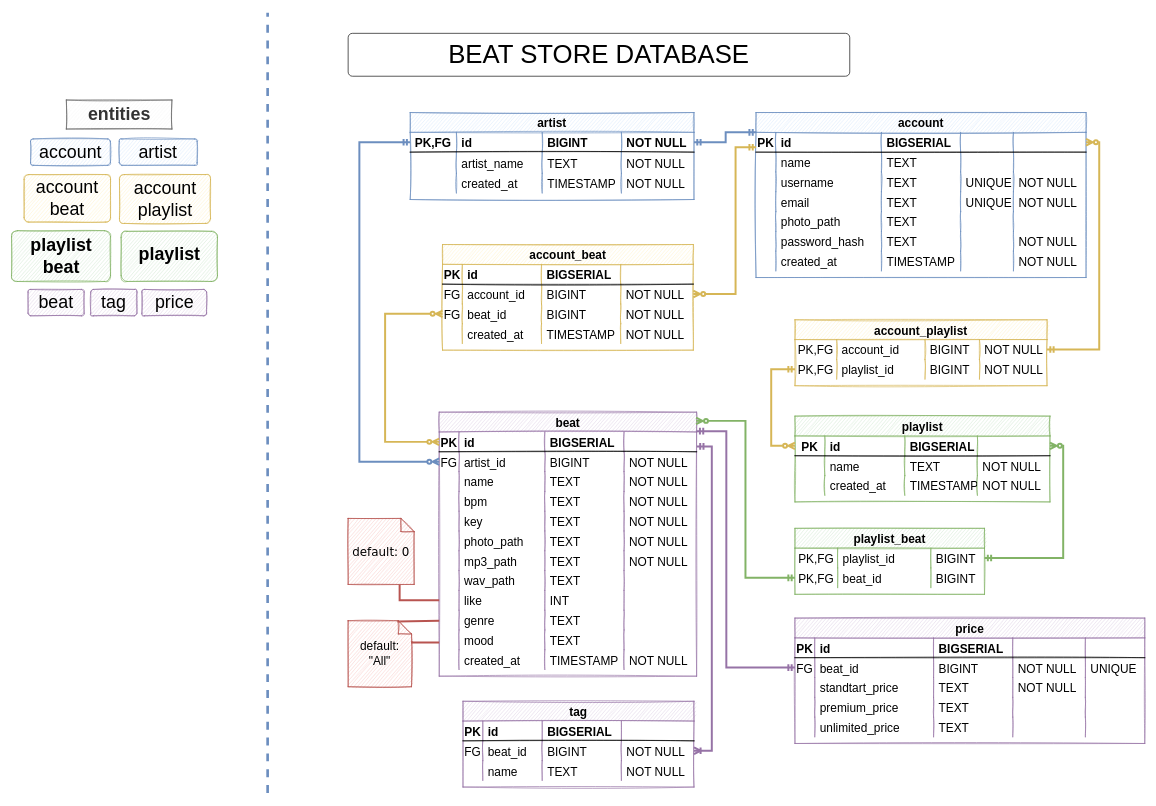
Above: schema/tables.drawio in AlexanderTurok/Beat_Store-Backend (draw.io), before the change. Source tidied: cells renumbered, new cells numbered last; positions are measured from the earlier drawing's top-left corner, leaving out a move shared by most shapes. Both pictures are drawn from the tidied source at 66%, with x=0, y=0 at pixel (11, 13).
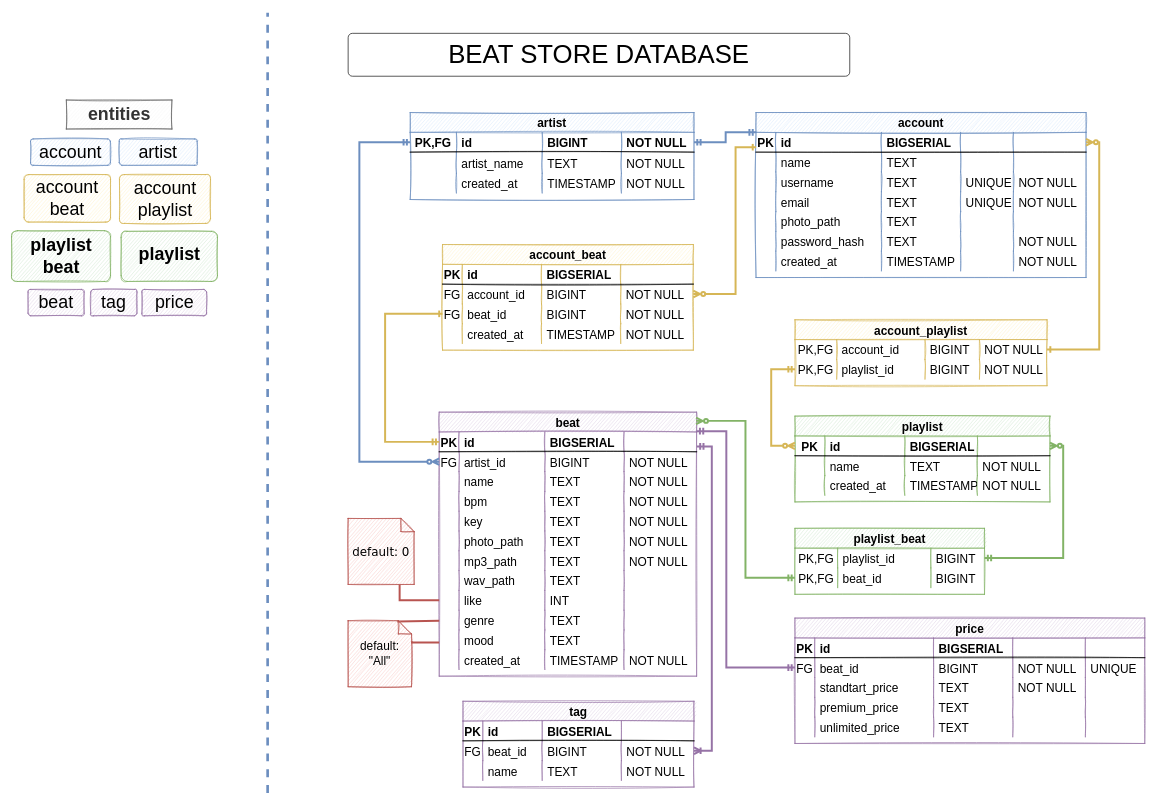
The same diagram, later.

The change refers to these unchanged cells:
```xml
<mxCell id="8" style="shape=tableRow;horizontal=0;startSize=0;swimlaneHead=0;swimlaneBody=0;fillColor=none;points=[[0,0.5],[1,0.5]];portConstraint=eastwest;top=0;left=0;right=0;bottom=1;sketch=1;fontSize=18;fontFamily=Space Mono;" parent="7" vertex="1">
  <mxGeometry y="30" width="390" height="30" as="geometry" />
</mxCell>
<mxCell id="121" style="shape=tableRow;horizontal=0;startSize=0;swimlaneHead=0;swimlaneBody=0;fillColor=none;points=[[0,0.5],[1,0.5]];portConstraint=eastwest;top=0;left=0;right=0;bottom=1;sketch=1;fontSize=18;fontFamily=Space Mono;" parent="120" vertex="1">
  <mxGeometry y="30" width="500" height="30" as="geometry" />
</mxCell>
<mxCell id="164" style="shape=tableRow;horizontal=0;startSize=0;swimlaneHead=0;swimlaneBody=0;fillColor=none;points=[[0,0.5],[1,0.5]];portConstraint=eastwest;top=0;left=0;right=0;bottom=0;sketch=1;fontSize=18;fontFamily=Space Mono;" parent="163" vertex="1">
  <mxGeometry y="30" width="381.9" height="30" as="geometry" />
</mxCell>
<mxCell id="202" style="shape=tableRow;horizontal=0;startSize=0;swimlaneHead=0;swimlaneBody=0;fillColor=none;points=[[0,0.5],[1,0.5]];portConstraint=eastwest;top=0;left=0;right=0;bottom=0;sketch=1;fontSize=18;fontFamily=Space Mono;" parent="196" vertex="1">
  <mxGeometry y="60" width="380" height="30" as="geometry" />
</mxCell>
<mxCell id="207" style="shape=tableRow;horizontal=0;startSize=0;swimlaneHead=0;swimlaneBody=0;fillColor=none;points=[[0,0.5],[1,0.5]];portConstraint=eastwest;top=0;left=0;right=0;bottom=0;sketch=1;fontSize=18;fontFamily=Space Mono;" parent="196" vertex="1">
  <mxGeometry y="90" width="380" height="30" as="geometry" />
</mxCell>
```

The edit, as a diff of the source:
```diff
@@
-    <mxCell id="193" style="edgeStyle=orthogonalEdgeStyle;rounded=0;jettySize=auto;html=1;exitX=1;exitY=0.5;exitDx=0;exitDy=0;entryX=1;entryY=0.5;entryDx=0;entryDy=0;fontFamily=Verdana;fontSize=18;startArrow=ERmandOne;startFill=0;endArrow=ERzeroToMany;endFill=0;strokeWidth=3;fillColor=#fff2cc;strokeColor=#d6b656;" parent="1" edge="1" source="164" target="121">
+    <mxCell id="193" style="edgeStyle=orthogonalEdgeStyle;rounded=0;jettySize=auto;html=1;exitX=1;exitY=0.5;exitDx=0;exitDy=0;entryX=1;entryY=0.5;entryDx=0;entryDy=0;fontFamily=Verdana;fontSize=18;startArrow=ERone;startFill=0;endArrow=ERzeroToMany;endFill=0;strokeWidth=3;fillColor=#fff2cc;strokeColor=#d6b656;" parent="1" edge="1" source="164" target="121">
       <mxGeometry relative="1" as="geometry" />
     </mxCell>
@@
-    <mxCell id="217" style="edgeStyle=orthogonalEdgeStyle;rounded=0;jettySize=auto;html=1;fontFamily=Verdana;fontSize=18;startArrow=ERzeroToMany;startFill=0;endArrow=ERzeroToMany;endFill=0;strokeWidth=3;fillColor=#fff2cc;strokeColor=#d6b656;entryX=0;entryY=0.5;entryDx=0;entryDy=0;exitX=0;exitY=0.5;exitDx=0;exitDy=0;" parent="1" edge="1" source="207" target="8">
+    <mxCell id="217" style="edgeStyle=orthogonalEdgeStyle;rounded=0;jettySize=auto;html=1;fontFamily=Verdana;fontSize=18;startArrow=ERone;startFill=0;endArrow=ERmandOne;endFill=0;strokeWidth=3;fillColor=#fff2cc;strokeColor=#d6b656;entryX=0;entryY=0.5;entryDx=0;entryDy=0;exitX=0;exitY=0.5;exitDx=0;exitDy=0;" parent="1" edge="1" source="207" target="8">
       <mxGeometry relative="1" as="geometry">
         <Array as="points">
           <mxPoint x="566" y="456" />
           <mxPoint x="566" y="650" />
         </Array>
       </mxGeometry>
     </mxCell>
-    <mxCell id="218" style="edgeStyle=orthogonalEdgeStyle;rounded=0;jettySize=auto;html=1;entryX=0;entryY=0.751;entryDx=0;entryDy=0;entryPerimeter=0;fontFamily=Verdana;fontSize=18;startArrow=ERzeroToMany;startFill=0;endArrow=ERmandOne;endFill=0;strokeWidth=3;fillColor=#fff2cc;strokeColor=#d6b656;exitX=1;exitY=0.5;exitDx=0;exitDy=0;" parent="1" edge="1" source="202" target="121">
+    <mxCell id="218" style="edgeStyle=orthogonalEdgeStyle;rounded=0;jettySize=auto;html=1;entryX=0;entryY=0.751;entryDx=0;entryDy=0;entryPerimeter=0;fontFamily=Verdana;fontSize=18;startArrow=ERzeroToMany;startFill=0;endArrow=ERone;endFill=0;strokeWidth=3;fillColor=#fff2cc;strokeColor=#d6b656;exitX=1;exitY=0.5;exitDx=0;exitDy=0;" parent="1" edge="1" source="202" target="121">
       <mxGeometry relative="1" as="geometry">
         <Array as="points">
           <mxPoint x="1097" y="426" />
           <mxPoint x="1097" y="204" />
         </Array>
       </mxGeometry>
     </mxCell>
```
